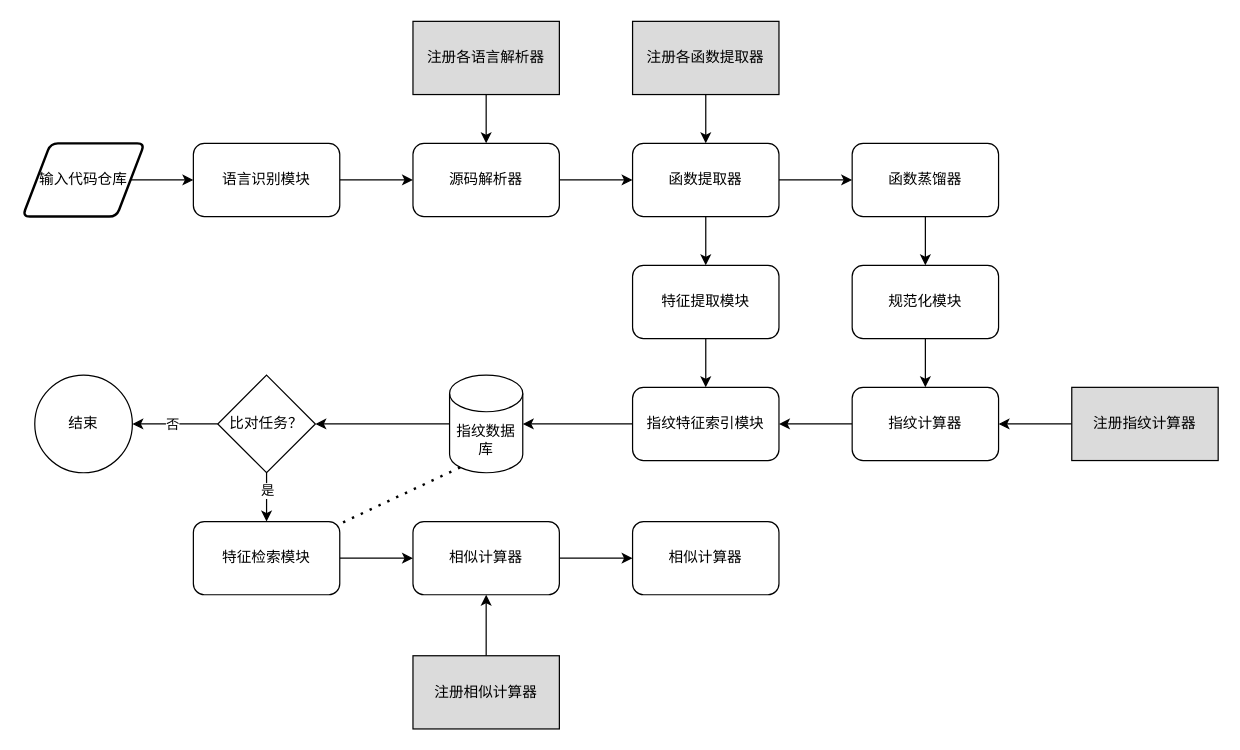
Earlier version of the draw.io diagram 系统实现图.drawio (wanghaoxu001/cloudimg). Source tidied: cells renumbered, new cells numbered last; positions are measured from the earlier drawing's top-left corner, leaving out a move shared by most shapes. Both pictures are drawn from the tidied source at 122%, with x=0, y=0 at pixel (22, 21).
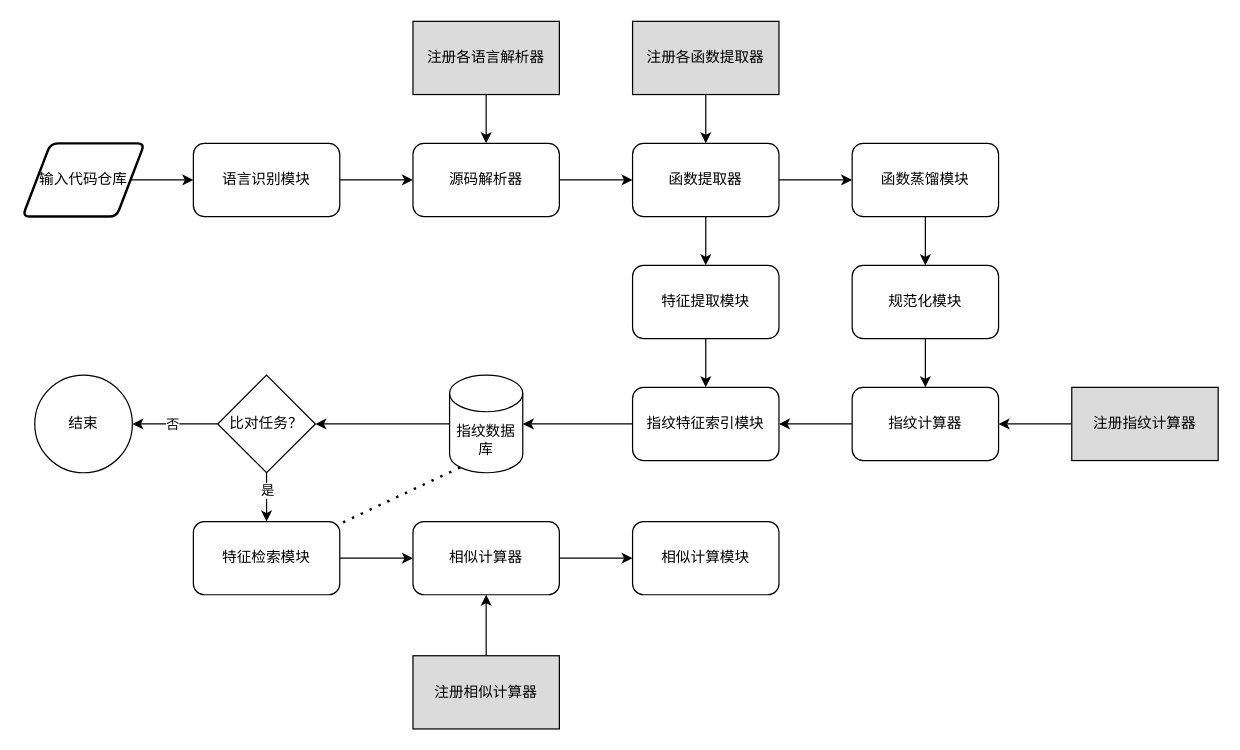
After the change.

Commit message:
更新系统实现图.drawio

Diff of the diagram source:
```diff
@@
-    <mxCell id="12" value="函数蒸馏器" style="rounded=1;whiteSpace=wrap;html=1;" parent="1" vertex="1">
+    <mxCell id="12" value="函数蒸馏模块" style="rounded=1;whiteSpace=wrap;html=1;" parent="1" vertex="1">
       <mxGeometry x="680" y="100" width="120" height="60" as="geometry" />
     </mxCell>
@@
-    <mxCell id="42" value="相似计算器" style="rounded=1;whiteSpace=wrap;html=1;" parent="1" vertex="1">
+    <mxCell id="42" value="相似计算模块" style="rounded=1;whiteSpace=wrap;html=1;" parent="1" vertex="1">
       <mxGeometry x="500" y="410" width="120" height="60" as="geometry" />
     </mxCell>
```
